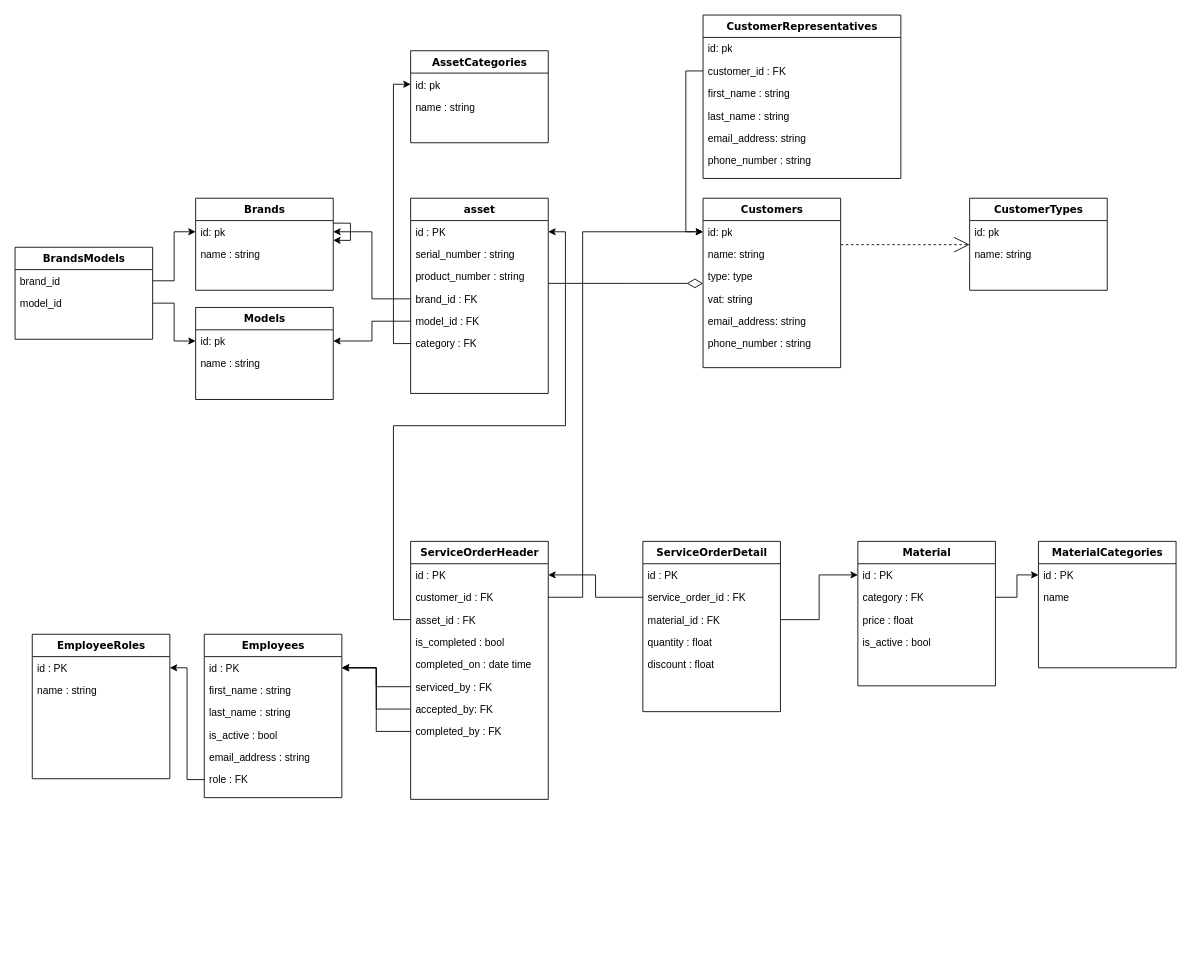
Earlier version of the draw.io diagram db_diagram.drawio (svetlinst/Service-manager). Source tidied: cells renumbered, new cells numbered last; positions are measured from the earlier drawing's top-left corner, leaving out a move shared by most shapes. Both pictures are drawn from the tidied source at 86%, with x=0, y=0 at pixel (15, 15).
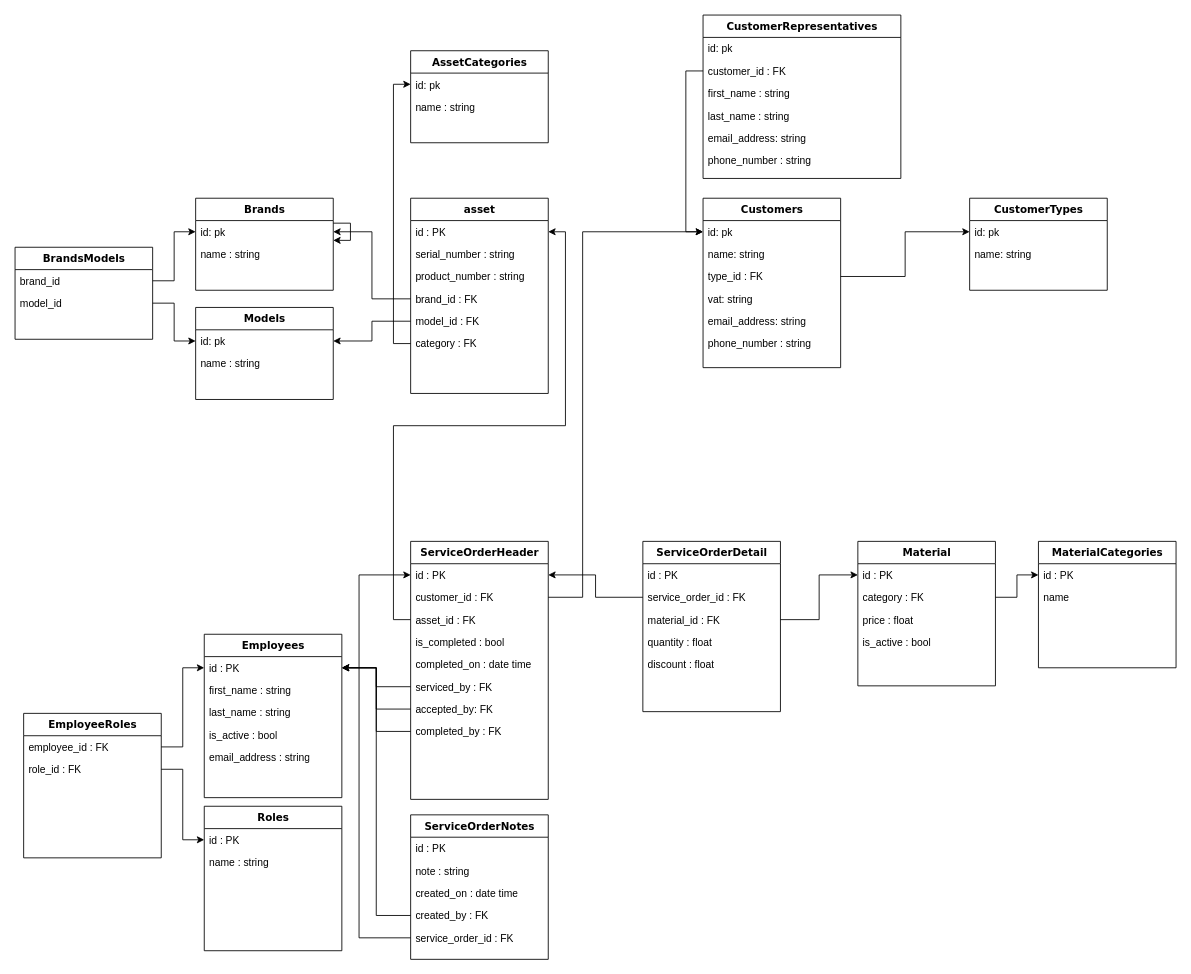
The same diagram, later.

Unchanged cells that the change refers to:
```xml
<mxCell id="2" value="asset" style="swimlane;html=1;fontStyle=1;align=center;verticalAlign=top;horizontal=1;startSize=26;swimlaneFillColor=#ffffff;rounded=0;shadow=0;comic=0;labelBackgroundColor=none;strokeWidth=1;fillColor=none;fontFamily=Verdana;fontSize=12;" parent="1" vertex="1">
  <mxGeometry x="460" y="213" width="160" height="227" as="geometry" />
</mxCell>
<mxCell id="10" value="Customers" style="swimlane;html=1;fontStyle=1;align=center;verticalAlign=top;horizontal=1;startSize=26;swimlaneFillColor=#ffffff;rounded=0;shadow=0;comic=0;labelBackgroundColor=none;strokeWidth=1;fillColor=none;fontFamily=Verdana;fontSize=12;" parent="1" vertex="1">
  <mxGeometry x="800" y="213" width="160" height="197" as="geometry" />
</mxCell>
<mxCell id="17" value="CustomerTypes" style="swimlane;html=1;fontStyle=1;align=center;verticalAlign=top;horizontal=1;startSize=26;swimlaneFillColor=#ffffff;rounded=0;shadow=0;comic=0;labelBackgroundColor=none;strokeWidth=1;fillColor=none;fontFamily=Verdana;fontSize=12;" parent="1" vertex="1">
  <mxGeometry x="1110" y="213" width="160" height="107" as="geometry" />
</mxCell>
<mxCell id="18" value="id: pk" style="text;html=1;strokeColor=none;fillColor=none;align=left;verticalAlign=top;spacingLeft=4;spacingRight=4;whiteSpace=wrap;overflow=hidden;points=[[0,0.5],[1,0.5]];portConstraint=eastwest;" parent="17" vertex="1">
  <mxGeometry y="26" width="160" height="26" as="geometry" />
</mxCell>
<mxCell id="21" value="id : PK" style="text;html=1;strokeColor=none;fillColor=none;align=left;verticalAlign=top;spacingLeft=4;spacingRight=4;whiteSpace=wrap;overflow=hidden;points=[[0,0.5],[1,0.5]];portConstraint=eastwest;" parent="20" vertex="1">
  <mxGeometry y="26" width="160" height="26" as="geometry" />
</mxCell>
<mxCell id="75" value="Employees" style="swimlane;html=1;fontStyle=1;align=center;verticalAlign=top;horizontal=1;startSize=26;swimlaneFillColor=#ffffff;rounded=0;shadow=0;comic=0;labelBackgroundColor=none;strokeWidth=1;fillColor=none;fontFamily=Verdana;fontSize=12;" parent="1" vertex="1">
  <mxGeometry x="220" y="720" width="160" height="190" as="geometry" />
</mxCell>
<mxCell id="76" value="id : PK" style="text;html=1;strokeColor=none;fillColor=none;align=left;verticalAlign=top;spacingLeft=4;spacingRight=4;whiteSpace=wrap;overflow=hidden;points=[[0,0.5],[1,0.5]];portConstraint=eastwest;" parent="75" vertex="1">
  <mxGeometry y="26" width="160" height="26" as="geometry" />
</mxCell>
```

What changed in the source:
```diff
@@
-    <mxCell id="9" style="edgeStyle=elbowEdgeStyle;html=1;labelBackgroundColor=none;startFill=0;startSize=8;endArrow=open;endFill=0;endSize=16;fontFamily=Verdana;fontSize=12;elbow=vertical;dashed=1;" parent="1" edge="1" source="10" target="17">
-      <mxGeometry relative="1" as="geometry" />
-    </mxCell>
@@
-    <mxCell id="13" value="type: type" style="text;html=1;strokeColor=none;fillColor=none;align=left;verticalAlign=top;spacingLeft=4;spacingRight=4;whiteSpace=wrap;overflow=hidden;points=[[0,0.5],[1,0.5]];portConstraint=eastwest;" parent="10" vertex="1">
+    <mxCell id="13" value="type_id : FK" style="text;html=1;strokeColor=none;fillColor=none;align=left;verticalAlign=top;spacingLeft=4;spacingRight=4;whiteSpace=wrap;overflow=hidden;points=[[0,0.5],[1,0.5]];portConstraint=eastwest;" parent="10" vertex="1">
       <mxGeometry y="78" width="160" height="26" as="geometry" />
     </mxCell>
@@
-    <mxCell id="43" style="edgeStyle=elbowEdgeStyle;html=1;labelBackgroundColor=none;startFill=0;startSize=8;endArrow=diamondThin;endFill=0;endSize=16;fontFamily=Verdana;fontSize=12;elbow=vertical;" parent="1" edge="1" source="2" target="10">
-      <mxGeometry relative="1" as="geometry" />
-    </mxCell>
@@
-    <mxCell id="81" value="role : FK" style="text;html=1;strokeColor=none;fillColor=none;align=left;verticalAlign=top;spacingLeft=4;spacingRight=4;whiteSpace=wrap;overflow=hidden;points=[[0,0.5],[1,0.5]];portConstraint=eastwest;" parent="75" vertex="1">
-      <mxGeometry y="156" width="160" height="26" as="geometry" />
-    </mxCell>
@@
     <mxCell id="85" value="EmployeeRoles" style="swimlane;html=1;fontStyle=1;align=center;verticalAlign=top;horizontal=1;startSize=26;swimlaneFillColor=#ffffff;rounded=0;shadow=0;comic=0;labelBackgroundColor=none;strokeWidth=1;fillColor=none;fontFamily=Verdana;fontSize=12;" parent="1" vertex="1">
-      <mxGeometry x="20" y="720" width="160" height="168" as="geometry" />
+      <mxGeometry x="10" y="812" width="160" height="168" as="geometry" />
     </mxCell>
-    <mxCell id="86" value="id : PK" style="text;html=1;strokeColor=none;fillColor=none;align=left;verticalAlign=top;spacingLeft=4;spacingRight=4;whiteSpace=wrap;overflow=hidden;points=[[0,0.5],[1,0.5]];portConstraint=eastwest;" parent="85" vertex="1">
+    <mxCell id="86" value="employee_id : FK" style="text;html=1;strokeColor=none;fillColor=none;align=left;verticalAlign=top;spacingLeft=4;spacingRight=4;whiteSpace=wrap;overflow=hidden;points=[[0,0.5],[1,0.5]];portConstraint=eastwest;" parent="85" vertex="1">
       <mxGeometry y="26" width="160" height="26" as="geometry" />
     </mxCell>
-    <mxCell id="87" value="name : string" style="text;html=1;strokeColor=none;fillColor=none;align=left;verticalAlign=top;spacingLeft=4;spacingRight=4;whiteSpace=wrap;overflow=hidden;points=[[0,0.5],[1,0.5]];portConstraint=eastwest;" parent="85" vertex="1">
+    <mxCell id="87" value="role_id : FK" style="text;html=1;strokeColor=none;fillColor=none;align=left;verticalAlign=top;spacingLeft=4;spacingRight=4;whiteSpace=wrap;overflow=hidden;points=[[0,0.5],[1,0.5]];portConstraint=eastwest;" parent="85" vertex="1">
       <mxGeometry y="52" width="160" height="26" as="geometry" />
     </mxCell>
-    <mxCell id="88" style="edgeStyle=orthogonalEdgeStyle;rounded=0;jettySize=auto;html=1;entryX=1;entryY=0.5;entryDx=0;entryDy=0;" parent="1" edge="1" source="81" target="86">
-      <mxGeometry relative="1" as="geometry" />
-    </mxCell>
+    <mxCell id="89" value="ServiceOrderNotes" style="swimlane;html=1;fontStyle=1;align=center;verticalAlign=top;horizontal=1;startSize=26;swimlaneFillColor=#ffffff;rounded=0;shadow=0;comic=0;labelBackgroundColor=none;strokeWidth=1;fillColor=none;fontFamily=Verdana;fontSize=12;" parent="1" vertex="1">
+      <mxGeometry x="460" y="930" width="160" height="168" as="geometry" />
+    </mxCell>
+    <mxCell id="90" value="id : PK" style="text;html=1;strokeColor=none;fillColor=none;align=left;verticalAlign=top;spacingLeft=4;spacingRight=4;whiteSpace=wrap;overflow=hidden;" parent="89" vertex="1">
+      <mxGeometry y="26" width="160" height="26" as="geometry" />
+    </mxCell>
+    <mxCell id="91" value="note : string" style="text;html=1;strokeColor=none;fillColor=none;align=left;verticalAlign=top;spacingLeft=4;spacingRight=4;whiteSpace=wrap;overflow=hidden;" parent="89" vertex="1">
+      <mxGeometry y="52" width="160" height="26" as="geometry" />
+    </mxCell>
+    <mxCell id="92" value="created_on : date time" style="text;html=1;strokeColor=none;fillColor=none;align=left;verticalAlign=top;spacingLeft=4;spacingRight=4;whiteSpace=wrap;overflow=hidden;" parent="89" vertex="1">
+      <mxGeometry y="78" width="160" height="26" as="geometry" />
+    </mxCell>
+    <mxCell id="93" value="created_by : FK" style="text;html=1;strokeColor=none;fillColor=none;align=left;verticalAlign=top;spacingLeft=4;spacingRight=4;whiteSpace=wrap;overflow=hidden;points=[[0,0.5],[1,0.5]];portConstraint=eastwest;" parent="89" vertex="1">
+      <mxGeometry y="104" width="160" height="26" as="geometry" />
+    </mxCell>
+    <mxCell id="94" value="service_order_id : FK" style="text;html=1;strokeColor=none;fillColor=none;align=left;verticalAlign=top;spacingLeft=4;spacingRight=4;whiteSpace=wrap;overflow=hidden;points=[[0,0.5],[1,0.5]];portConstraint=eastwest;" parent="89" vertex="1">
+      <mxGeometry y="130" width="160" height="26" as="geometry" />
+    </mxCell>
+    <mxCell id="95" style="edgeStyle=orthogonalEdgeStyle;rounded=0;jettySize=auto;html=1;entryX=1;entryY=0.5;entryDx=0;entryDy=0;" parent="1" edge="1" source="93" target="76">
+      <mxGeometry relative="1" as="geometry" />
+    </mxCell>
+    <mxCell id="96" style="edgeStyle=orthogonalEdgeStyle;rounded=0;jettySize=auto;html=1;entryX=0;entryY=0.5;entryDx=0;entryDy=0;" parent="1" edge="1" source="94" target="21">
+      <mxGeometry relative="1" as="geometry">
+        <Array as="points">
+          <mxPoint x="400" y="1073" />
+          <mxPoint x="400" y="651" />
+        </Array>
+      </mxGeometry>
+    </mxCell>
+    <mxCell id="97" style="edgeStyle=orthogonalEdgeStyle;rounded=0;jettySize=auto;html=1;" parent="1" edge="1" source="13" target="18">
+      <mxGeometry relative="1" as="geometry" />
+    </mxCell>
+    <mxCell id="98" value="Roles" style="swimlane;html=1;fontStyle=1;align=center;verticalAlign=top;horizontal=1;startSize=26;swimlaneFillColor=#ffffff;rounded=0;shadow=0;comic=0;labelBackgroundColor=none;strokeWidth=1;fillColor=none;fontFamily=Verdana;fontSize=12;" parent="1" vertex="1">
+      <mxGeometry x="220" y="920" width="160" height="168" as="geometry" />
+    </mxCell>
+    <mxCell id="99" value="id : PK" style="text;html=1;strokeColor=none;fillColor=none;align=left;verticalAlign=top;spacingLeft=4;spacingRight=4;whiteSpace=wrap;overflow=hidden;points=[[0,0.5],[1,0.5]];portConstraint=eastwest;" parent="98" vertex="1">
+      <mxGeometry y="26" width="160" height="26" as="geometry" />
+    </mxCell>
+    <mxCell id="100" value="name : string" style="text;html=1;strokeColor=none;fillColor=none;align=left;verticalAlign=top;spacingLeft=4;spacingRight=4;whiteSpace=wrap;overflow=hidden;" parent="98" vertex="1">
+      <mxGeometry y="52" width="160" height="26" as="geometry" />
+    </mxCell>
+    <mxCell id="101" style="edgeStyle=orthogonalEdgeStyle;rounded=0;jettySize=auto;html=1;entryX=0;entryY=0.5;entryDx=0;entryDy=0;" parent="1" edge="1" source="87" target="99">
+      <mxGeometry relative="1" as="geometry" />
+    </mxCell>
+    <mxCell id="102" style="edgeStyle=orthogonalEdgeStyle;rounded=0;jettySize=auto;html=1;entryX=0;entryY=0.5;entryDx=0;entryDy=0;" parent="1" edge="1" source="86" target="76">
+      <mxGeometry relative="1" as="geometry" />
+    </mxCell>
```
